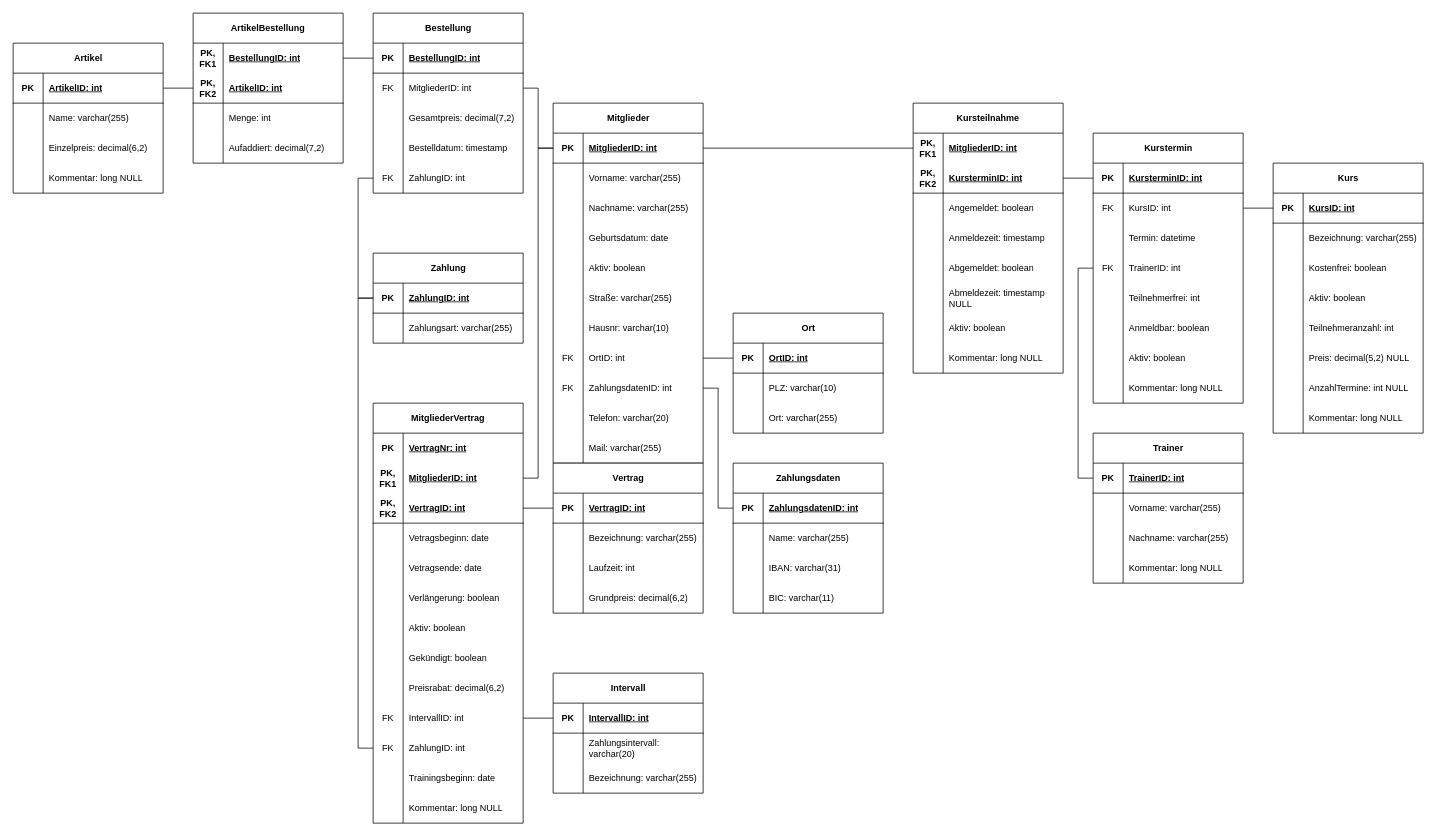
Before: Diagramme/Mitgliederverwaltung.drawio in holger1111/Fitnessstudiomitgliederverwaltung, a draw.io diagram. Source tidied: cells renumbered, new cells numbered last; positions are measured from the earlier drawing's top-left corner, leaving out a move shared by most shapes. Both pictures are drawn from the tidied source at 75%, with x=0, y=0 at pixel (13, 13).
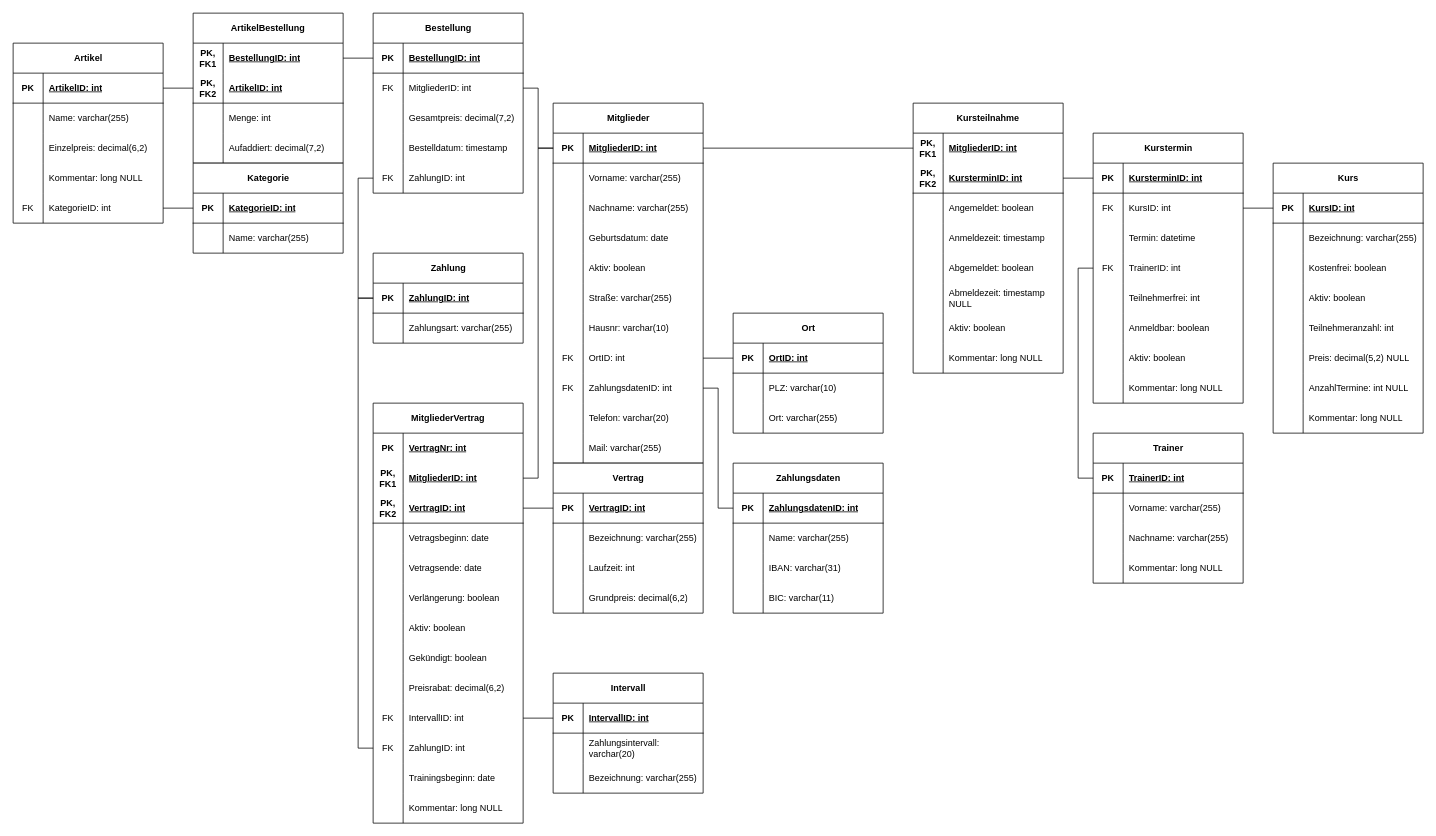
The same page after the edit.

Change to the diagram source:
```diff
@@
     <mxCell id="109" value="Artikel" style="shape=table;startSize=40;childLayout=tableLayout;rowLines=0;fontStyle=1;align=center;html=1;" parent="1" vertex="1">
-      <mxGeometry y="40" width="200" height="200" as="geometry" />
+      <mxGeometry y="40" width="200" height="240" as="geometry" />
     </mxCell>
@@
+    <mxCell id="273" style="shape=tableRow;horizontal=0;startSize=0;swimlaneHead=0;swimlaneBody=0;fillColor=none;points=[[0,0.5],[1,0.5]];portConstraint=eastwest;top=0;left=0;right=0;bottom=0;" parent="109" vertex="1">
+      <mxGeometry y="200" width="200" height="40" as="geometry" />
+    </mxCell>
+    <mxCell id="274" value="FK" style="shape=partialRectangle;fillColor=none;top=0;left=0;bottom=0;right=0;overflow=hidden;whiteSpace=wrap;html=1;" parent="273" vertex="1">
+      <mxGeometry width="40" height="40" as="geometry" />
+    </mxCell>
+    <mxCell id="275" value="KategorieID: int" style="shape=partialRectangle;fillColor=none;top=0;left=0;bottom=0;right=0;align=left;spacingLeft=6;overflow=hidden;whiteSpace=wrap;html=1;" parent="273" vertex="1">
+      <mxGeometry x="40" width="160" height="40" as="geometry" />
+    </mxCell>
@@
+    <mxCell id="276" value="Kategorie" style="shape=table;startSize=40;childLayout=tableLayout;rowLines=0;fontStyle=1;align=center;html=1;" parent="1" vertex="1">
+      <mxGeometry x="240" y="200" width="200" height="120" as="geometry" />
+    </mxCell>
+    <mxCell id="277" style="shape=tableRow;horizontal=0;startSize=0;swimlaneHead=0;swimlaneBody=0;fillColor=none;points=[[0,0.5],[1,0.5]];portConstraint=eastwest;top=0;left=0;right=0;bottom=1;" parent="276" vertex="1">
+      <mxGeometry y="40" width="200" height="40" as="geometry" />
+    </mxCell>
+    <mxCell id="278" value="PK" style="shape=partialRectangle;fillColor=none;top=0;left=0;bottom=0;right=0;fontStyle=1;overflow=hidden;whiteSpace=wrap;html=1;" parent="277" vertex="1">
+      <mxGeometry width="40" height="40" as="geometry" />
+    </mxCell>
+    <mxCell id="279" value="KategorieID: int" style="shape=partialRectangle;fillColor=none;top=0;left=0;bottom=0;right=0;align=left;spacingLeft=6;fontStyle=5;overflow=hidden;whiteSpace=wrap;html=1;" parent="277" vertex="1">
+      <mxGeometry x="40" width="160" height="40" as="geometry" />
+    </mxCell>
+    <mxCell id="280" style="shape=tableRow;horizontal=0;startSize=0;swimlaneHead=0;swimlaneBody=0;fillColor=none;top=0;left=0;right=0;bottom=0;" parent="276" vertex="1">
+      <mxGeometry y="80" width="200" height="40" as="geometry" />
+    </mxCell>
+    <mxCell id="281" style="shape=partialRectangle;fillColor=none;top=0;left=0;bottom=0;right=0;overflow=hidden;whiteSpace=wrap;html=1;" parent="280" vertex="1">
+      <mxGeometry width="40" height="40" as="geometry" />
+    </mxCell>
+    <mxCell id="282" value="Name: varchar(255)" style="shape=partialRectangle;fillColor=none;top=0;left=0;bottom=0;right=0;align=left;spacingLeft=6;overflow=hidden;whiteSpace=wrap;html=1;" parent="280" vertex="1">
+      <mxGeometry x="40" width="160" height="40" as="geometry" />
+    </mxCell>
+    <mxCell id="283" style="endArrow=none;html=1;rounded=0;" parent="1" edge="1" source="273" target="277">
+      <mxGeometry relative="1" as="geometry" />
+    </mxCell>
```
